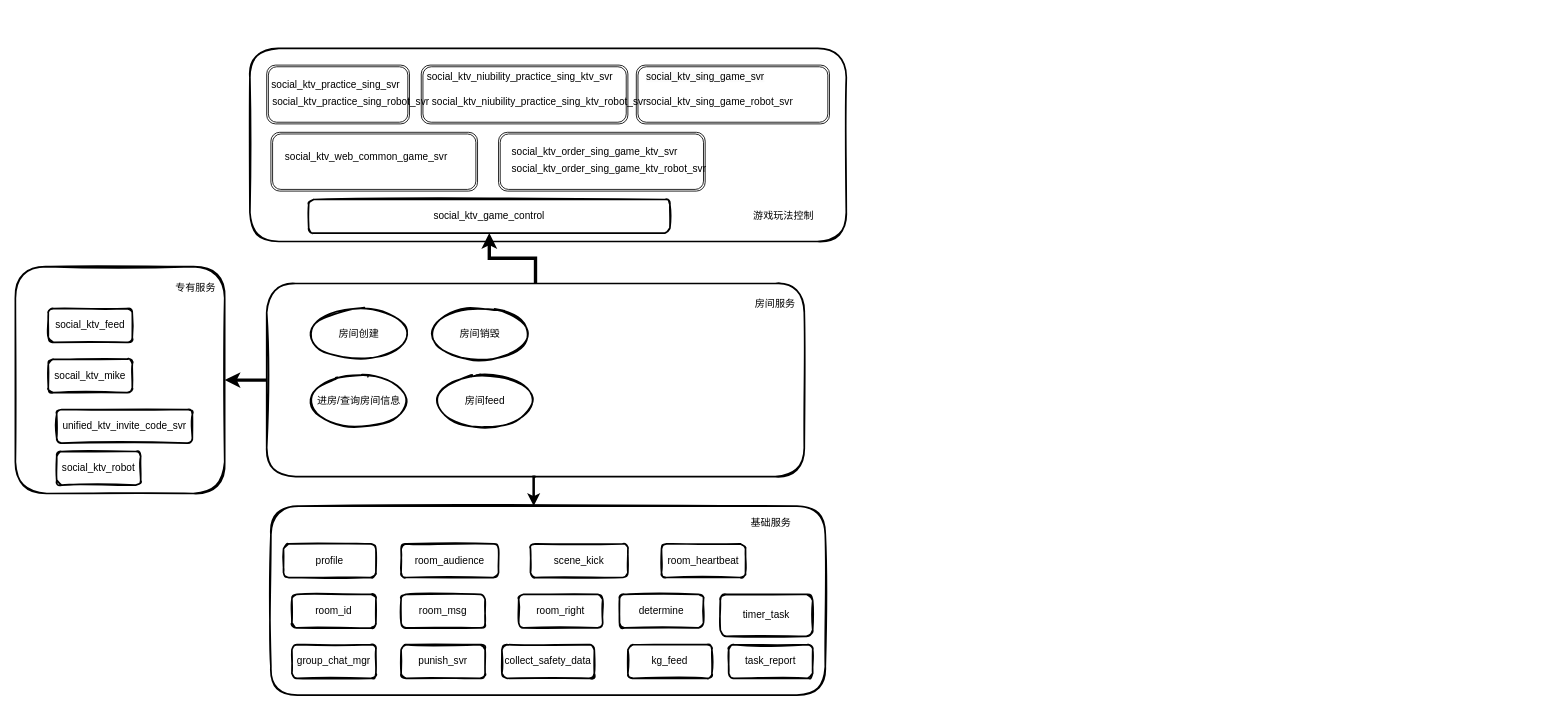
Earlier version of the draw.io diagram 熟人歌房.drawio (mumodenan/draw.io). Source tidied: cells renumbered, new cells numbered last; positions are measured from the earlier drawing's top-left corner, leaving out a move shared by most shapes. Both pictures are drawn from the tidied source at 84%, with x=0, y=0 at pixel (15, 48).
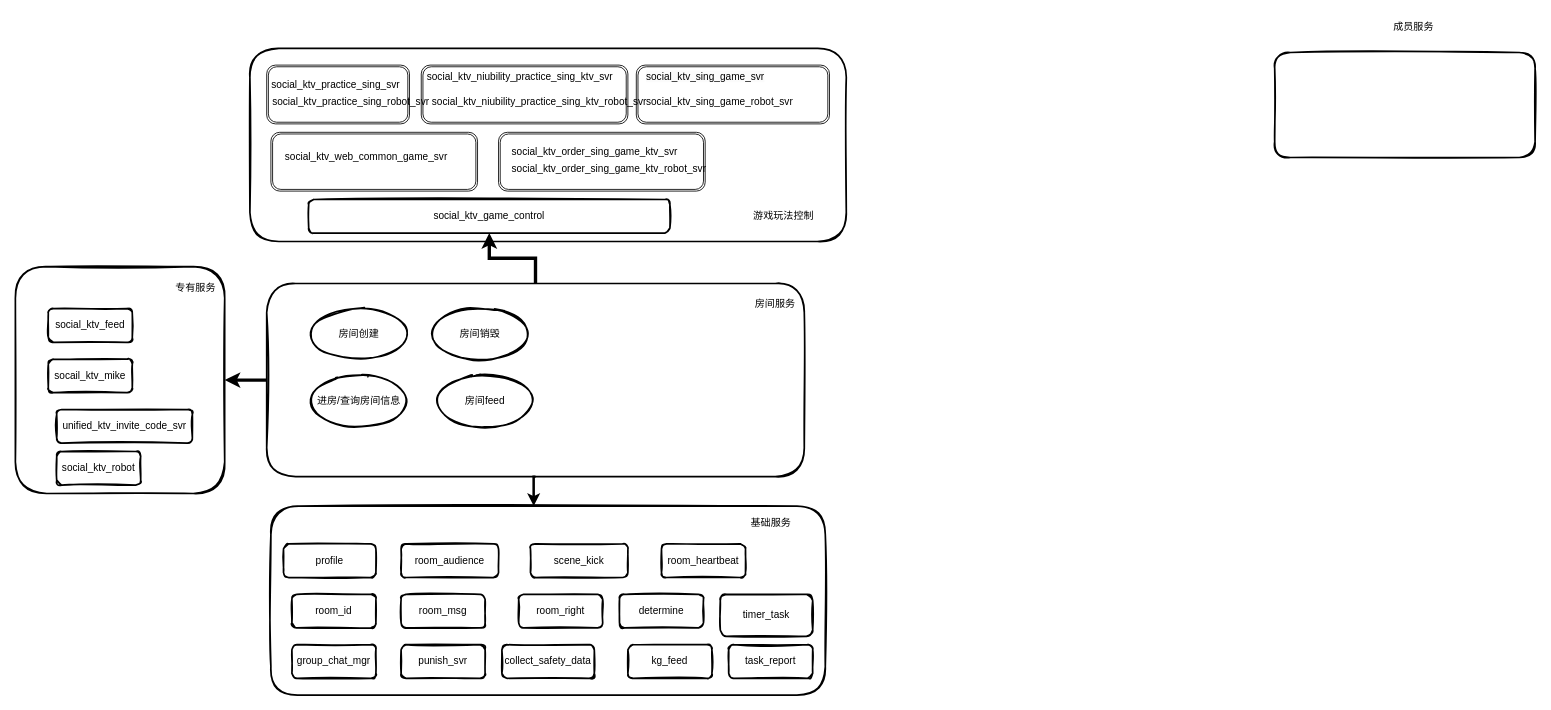
Above is the later version.

Commit message:
更新熟人歌房.drawio

The edit, as a diff of the source:
```diff
@@
+    <mxCell id="50" style="rounded=1;whiteSpace=wrap;html=1;strokeWidth=2;fillWeight=4;hachureGap=8;hachureAngle=45;fillColor=none;sketch=1;" parent="1" vertex="1">
+      <mxGeometry x="1499" y="5" width="310" height="125" as="geometry" />
+    </mxCell>
+    <mxCell id="51" value="成员服务" style="text;html=1;align=center;verticalAlign=middle;strokeColor=none;fillColor=none;" parent="1" vertex="1">
+      <mxGeometry x="1629" y="-40" width="70" height="30" as="geometry" />
+    </mxCell>
```
